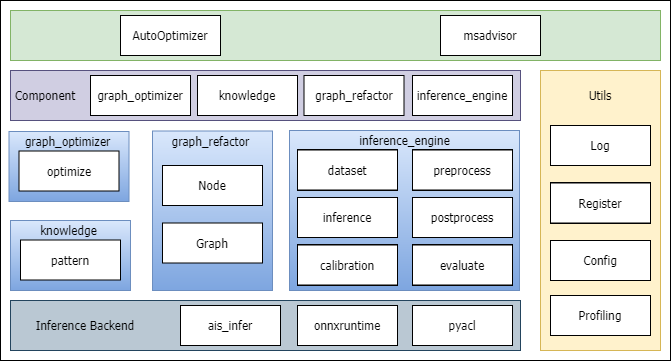
Ascend/msadvisor keeps this draw.io diagram as auto-optimizer/docs/img/architecture.png. Above is the earlier version. Source tidied: cells renumbered, new cells last; positions are measured from the earlier drawing's top-left corner, leaving out a move shared by most shapes.
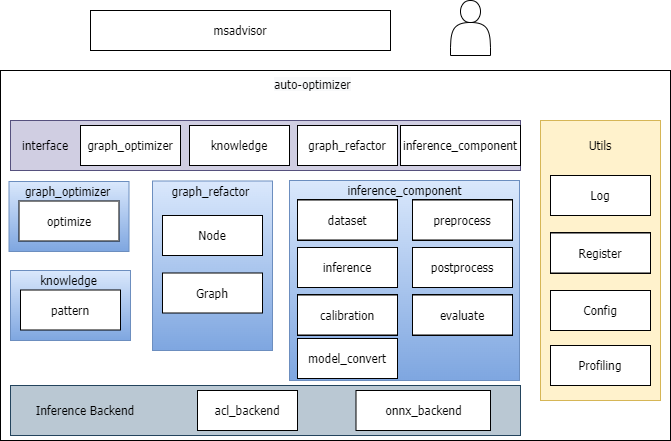
Later version of the same file.

Diff of the diagram source:
```diff
@@ -2,11 +2,11 @@
   <root>
     <mxCell id="0" />
     <mxCell id="1" parent="0" />
-    <mxCell id="2" style="rounded=0;whiteSpace=wrap;html=1;fontFamily=Tahoma;" parent="1" vertex="1">
-      <mxGeometry width="670" height="360" as="geometry" />
+    <mxCell id="2" value="&#10;&#10;&lt;span style=&quot;color: rgb(0, 0, 0); font-family: tahoma; font-size: 12px; font-style: normal; font-weight: 400; letter-spacing: normal; text-align: center; text-indent: 0px; text-transform: none; word-spacing: 0px; background-color: rgb(248, 249, 250); display: inline; float: none;&quot;&gt;auto-optimizer&lt;/span&gt;&#10;&#10;" style="rounded=0;whiteSpace=wrap;html=1;fontFamily=Tahoma;" parent="1" vertex="1">
+      <mxGeometry y="20" width="670" height="370" as="geometry" />
     </mxCell>
     <mxCell id="3" style="rounded=0;whiteSpace=wrap;html=1;fillColor=#bac8d3;strokeColor=#23445d;fontFamily=Tahoma;" parent="1" vertex="1">
-      <mxGeometry x="10" y="300" width="510" height="50" as="geometry" />
+      <mxGeometry x="10" y="335" width="510" height="50" as="geometry" />
     </mxCell>
     <mxCell id="4" style="rounded=0;whiteSpace=wrap;html=1;fillColor=#fff2cc;strokeColor=#d6b656;fontFamily=Tahoma;" parent="1" vertex="1">
       <mxGeometry x="540" y="70" width="120" height="280" as="geometry" />
@@ -17,36 +17,24 @@
     <mxCell id="6" value="Log" style="rounded=0;whiteSpace=wrap;html=1;fontFamily=Tahoma;" parent="1" vertex="1">
       <mxGeometry x="550" y="125" width="100" height="40" as="geometry" />
     </mxCell>
-    <mxCell id="7" value="onnxruntime" style="rounded=0;whiteSpace=wrap;html=1;fontFamily=Tahoma;" parent="1" vertex="1">
-      <mxGeometry x="297" y="305" width="100" height="40" as="geometry" />
+    <mxCell id="7" value="onnx_backend" style="rounded=0;whiteSpace=wrap;html=1;fontFamily=Tahoma;" parent="1" vertex="1">
+      <mxGeometry x="355.5" y="340" width="134.5" height="40" as="geometry" />
     </mxCell>
-    <mxCell id="8" value="pyacl" style="rounded=0;whiteSpace=wrap;html=1;fontFamily=Tahoma;" parent="1" vertex="1">
-      <mxGeometry x="412" y="305" width="100" height="40" as="geometry" />
-    </mxCell>
-    <mxCell id="9" style="rounded=0;whiteSpace=wrap;html=1;fillColor=#d5e8d4;strokeColor=#82b366;fontFamily=Tahoma;" parent="1" vertex="1">
-      <mxGeometry x="10" y="10" width="650" height="50" as="geometry" />
-    </mxCell>
     <mxCell id="10" style="rounded=0;whiteSpace=wrap;html=1;fillColor=#d0cee2;strokeColor=#56517e;fontFamily=Tahoma;" parent="1" vertex="1">
       <mxGeometry x="10" y="70" width="510" height="50" as="geometry" />
     </mxCell>
     <mxCell id="11" style="rounded=0;whiteSpace=wrap;html=1;fillColor=#dae8fc;strokeColor=#6c8ebf;fontFamily=Tahoma;gradientColor=#7ea6e0;" parent="1" vertex="1">
-      <mxGeometry x="289" y="130" width="230" height="160" as="geometry" />
+      <mxGeometry x="289" y="130" width="230" height="200" as="geometry" />
     </mxCell>
     <mxCell id="12" value="graph_refactor" style="rounded=0;whiteSpace=wrap;html=1;fontFamily=Tahoma;" parent="1" vertex="1">
-      <mxGeometry x="303.5" y="75" width="100" height="40" as="geometry" />
+      <mxGeometry x="297" y="75" width="100" height="40" as="geometry" />
     </mxCell>
     <mxCell id="13" value="knowledge" style="rounded=0;whiteSpace=wrap;html=1;fontFamily=Tahoma;" parent="1" vertex="1">
-      <mxGeometry x="197" y="75" width="100" height="40" as="geometry" />
+      <mxGeometry x="189" y="75" width="100" height="40" as="geometry" />
     </mxCell>
-    <mxCell id="14" value="inference_engine" style="rounded=0;whiteSpace=wrap;html=1;fontFamily=Tahoma;" parent="1" vertex="1">
-      <mxGeometry x="412" y="75" width="100" height="40" as="geometry" />
+    <mxCell id="14" value="inference_component" style="rounded=0;whiteSpace=wrap;html=1;fontFamily=Tahoma;" parent="1" vertex="1">
+      <mxGeometry x="400" y="75" width="120" height="40" as="geometry" />
     </mxCell>
-    <mxCell id="15" value="AutoOptimizer" style="rounded=0;whiteSpace=wrap;html=1;fontFamily=Tahoma;" parent="1" vertex="1">
-      <mxGeometry x="120" y="15" width="100" height="40" as="geometry" />
-    </mxCell>
-    <mxCell id="16" value="msadvisor" style="rounded=0;whiteSpace=wrap;html=1;fontFamily=Tahoma;" parent="1" vertex="1">
-      <mxGeometry x="440" y="15" width="100" height="40" as="geometry" />
-    </mxCell>
     <mxCell id="17" value="dataset" style="rounded=0;whiteSpace=wrap;html=1;fontFamily=Tahoma;" parent="1" vertex="1">
       <mxGeometry x="297" y="149.5" width="100" height="40" as="geometry" />
     </mxCell>
@@ -71,11 +59,11 @@
     <mxCell id="24" value="Register" style="rounded=0;whiteSpace=wrap;html=1;fontFamily=Tahoma;" parent="1" vertex="1">
       <mxGeometry x="550" y="182.5" width="100" height="40" as="geometry" />
     </mxCell>
-    <mxCell id="25" value="ais_infer" style="rounded=0;whiteSpace=wrap;html=1;fontFamily=Tahoma;" parent="1" vertex="1">
-      <mxGeometry x="180" y="305" width="100" height="40" as="geometry" />
+    <mxCell id="25" value="acl_backend" style="rounded=0;whiteSpace=wrap;html=1;fontFamily=Tahoma;" parent="1" vertex="1">
+      <mxGeometry x="197" y="340" width="100" height="40" as="geometry" />
     </mxCell>
     <mxCell id="26" value="Inference Backend" style="text;html=1;strokeColor=none;fillColor=none;align=center;verticalAlign=middle;whiteSpace=wrap;rounded=0;fontFamily=Tahoma;" parent="1" vertex="1">
-      <mxGeometry x="20" y="315" width="130" height="20" as="geometry" />
+      <mxGeometry x="20" y="350" width="130" height="20" as="geometry" />
     </mxCell>
     <mxCell id="27" style="rounded=0;whiteSpace=wrap;html=1;fillColor=#dae8fc;strokeColor=#6c8ebf;fontFamily=Tahoma;gradientColor=#7ea6e0;" parent="1" vertex="1">
       <mxGeometry x="10" y="220" width="120" height="70" as="geometry" />
@@ -84,7 +72,7 @@
       <mxGeometry x="20" y="239.5" width="100" height="40" as="geometry" />
     </mxCell>
     <mxCell id="29" style="rounded=0;whiteSpace=wrap;html=1;fillColor=#dae8fc;strokeColor=#6c8ebf;fontFamily=Tahoma;gradientColor=#7ea6e0;" parent="1" vertex="1">
-      <mxGeometry x="152" y="130.5" width="120" height="159.5" as="geometry" />
+      <mxGeometry x="152" y="130.5" width="120" height="169.5" as="geometry" />
     </mxCell>
     <mxCell id="30" value="Node" style="rounded=0;whiteSpace=wrap;html=1;fontFamily=Tahoma;" parent="1" vertex="1">
       <mxGeometry x="162" y="165" width="100" height="40" as="geometry" />
@@ -212,13 +200,13 @@
     <mxCell id="71" value="Profiling" style="rounded=0;whiteSpace=wrap;html=1;fontFamily=Tahoma;" parent="1" vertex="1">
       <mxGeometry x="550" y="295" width="100" height="40" as="geometry" />
     </mxCell>
-    <mxCell id="72" value="inference_engine" style="text;html=1;strokeColor=none;fillColor=none;align=center;verticalAlign=middle;whiteSpace=wrap;rounded=0;fontFamily=Tahoma;" parent="1" vertex="1">
+    <mxCell id="72" value="inference_component" style="text;html=1;strokeColor=none;fillColor=none;align=center;verticalAlign=middle;whiteSpace=wrap;rounded=0;fontFamily=Tahoma;" parent="1" vertex="1">
       <mxGeometry x="355.5" y="129.5" width="97" height="20" as="geometry" />
     </mxCell>
     <mxCell id="73" value="graph_refactor" style="text;html=1;strokeColor=none;fillColor=none;align=center;verticalAlign=middle;whiteSpace=wrap;rounded=0;fontFamily=Tahoma;" parent="1" vertex="1">
       <mxGeometry x="162" y="130.5" width="97" height="20" as="geometry" />
     </mxCell>
-    <mxCell id="74" value="Component" style="text;html=1;strokeColor=none;fillColor=none;align=center;verticalAlign=middle;whiteSpace=wrap;rounded=0;fontFamily=Tahoma;" parent="1" vertex="1">
+    <mxCell id="74" value="interface" style="text;html=1;strokeColor=none;fillColor=none;align=center;verticalAlign=middle;whiteSpace=wrap;rounded=0;fontFamily=Tahoma;" parent="1" vertex="1">
       <mxGeometry x="10" y="85" width="70" height="20" as="geometry" />
     </mxCell>
     <mxCell id="75" value="knowledge" style="text;html=1;strokeColor=none;fillColor=none;align=center;verticalAlign=middle;whiteSpace=wrap;rounded=0;fontFamily=Tahoma;" parent="1" vertex="1">
@@ -237,7 +225,19 @@
       <mxGeometry x="162" y="222.5" width="100" height="40" as="geometry" />
     </mxCell>
     <mxCell id="80" value="graph_optimizer" style="rounded=0;whiteSpace=wrap;html=1;fontFamily=Tahoma;" parent="1" vertex="1">
-      <mxGeometry x="90" y="75" width="100" height="40" as="geometry" />
+      <mxGeometry x="80" y="75" width="100" height="40" as="geometry" />
     </mxCell>
+    <mxCell id="16" value="msadvisor" style="rounded=0;whiteSpace=wrap;html=1;fontFamily=Tahoma;" parent="1" vertex="1">
+      <mxGeometry x="90" y="-40" width="300" height="40" as="geometry" />
+    </mxCell>
+    <mxCell id="81" value="model_convert" style="rounded=0;whiteSpace=wrap;html=1;fontFamily=Tahoma;" parent="1" vertex="1">
+      <mxGeometry x="297" y="288" width="100" height="40" as="geometry" />
+    </mxCell>
+    <mxCell id="82" style="shape=actor;whiteSpace=wrap;html=1;" parent="1" vertex="1">
+      <mxGeometry x="450" y="-50" width="40" height="55" as="geometry" />
+    </mxCell>
+    <mxCell id="83" value="&lt;span style=&quot;color: rgb(0, 0, 0); font-family: tahoma; font-size: 12px; font-style: normal; font-weight: 400; letter-spacing: normal; text-align: center; text-indent: 0px; text-transform: none; word-spacing: 0px; background-color: rgb(248, 249, 250); display: inline; float: none;&quot;&gt;auto-optimizer&lt;/span&gt;" style="text;whiteSpace=wrap;html=1;" parent="1" vertex="1">
+      <mxGeometry x="272" y="20" width="100" height="30" as="geometry" />
+    </mxCell>
   </root>
 </mxGraphModel>
```
